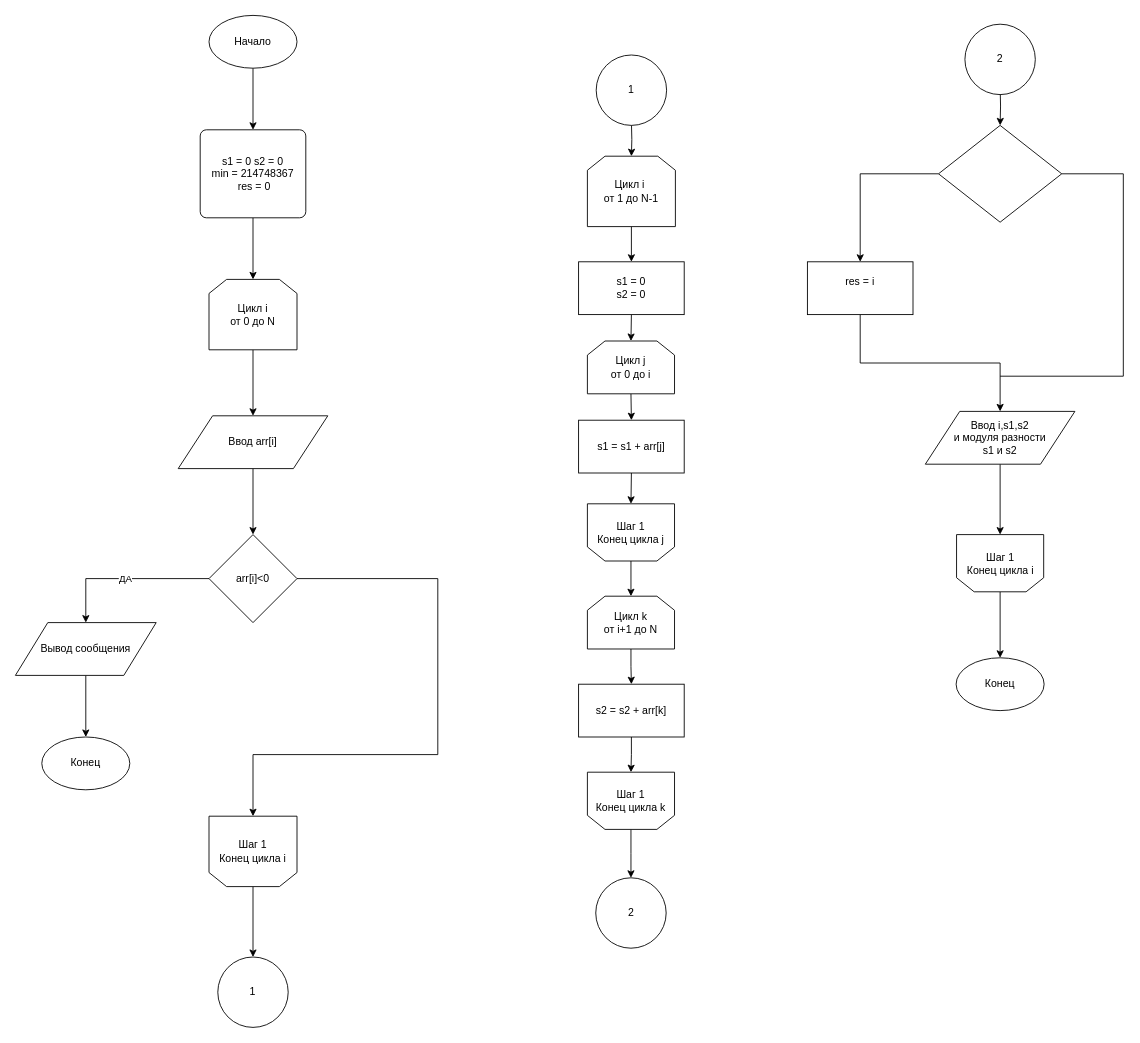
Before: page "Page-1" (1 of 6) of Диаграмма без названия.drawio in schlimmsten/PR_4-SCHEMES-, a draw.io diagram. Source tidied: cells renumbered, new cells numbered last; positions are measured from the earlier drawing's top-left corner, leaving out a move shared by most shapes. Both pictures are drawn from the tidied source at 88%, with x=0, y=0 at pixel (15, 15).
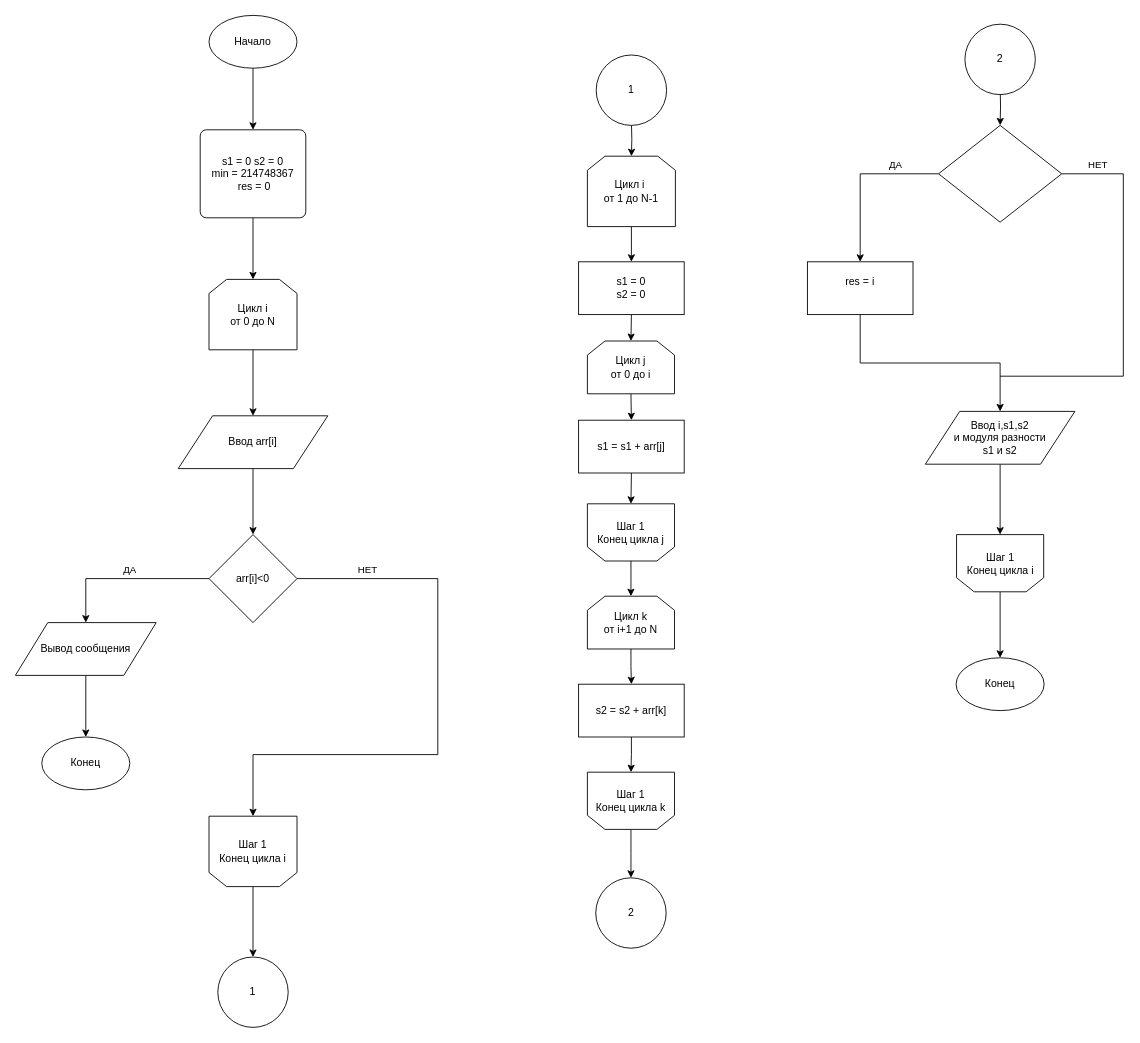
The same diagram, later.

Unchanged cells that the change refers to:
```xml
<mxCell id="11" value="arr[i]&amp;lt;0" style="strokeWidth=1;html=1;shape=mxgraph.flowchart.decision;whiteSpace=wrap;rounded=0;shadow=0;sketch=0;" parent="1" vertex="1">
  <mxGeometry x="220" y="590" width="100" height="100" as="geometry" />
</mxCell>
<mxCell id="13" value="Вывод сообщения" style="shape=parallelogram;html=1;strokeWidth=1;perimeter=parallelogramPerimeter;whiteSpace=wrap;rounded=0;arcSize=12;size=0.23;shadow=0;sketch=0;" parent="1" vertex="1">
  <mxGeometry y="690" width="160" height="60" as="geometry" />
</mxCell>
<mxCell id="45" style="rhombus;whiteSpace=wrap;html=1;rounded=0;shadow=0;sketch=0;strokeWidth=1;" parent="1" vertex="1">
  <mxGeometry x="1049" y="125" width="140" height="110" as="geometry" />
</mxCell>
<mxCell id="47" value="res = i&lt;br&gt;&lt;br&gt;" style="rounded=0;whiteSpace=wrap;html=1;shadow=0;sketch=0;strokeWidth=1;" parent="1" vertex="1">
  <mxGeometry x="900" y="280" width="120" height="60" as="geometry" />
</mxCell>
```

Change to the diagram source:
```diff
@@
     <mxCell id="10" value="ДА" style="edgeStyle=orthogonalEdgeStyle;rounded=0;jettySize=auto;html=1;exitX=0;exitY=0.5;exitDx=0;exitDy=0;exitPerimeter=0;entryX=0.5;entryY=0;entryDx=0;entryDy=0;" parent="1" edge="1" source="11" target="13">
-      <mxGeometry relative="1" as="geometry" />
+      <mxGeometry x="-0.05" y="-10" relative="1" as="geometry" />
     </mxCell>
@@
-    <mxCell id="31" style="endArrow=none;html=1;rounded=0;exitX=1;exitY=0.5;exitDx=0;exitDy=0;exitPerimeter=0;" parent="1" edge="1" source="11">
-      <mxGeometry relative="1" as="geometry">
+    <mxCell id="31" value="НЕТ" style="endArrow=none;html=1;rounded=0;exitX=1;exitY=0.5;exitDx=0;exitDy=0;exitPerimeter=0;" parent="1" edge="1" source="11">
+      <mxGeometry y="10" relative="1" as="geometry">
         <mxPoint x="480" y="640" as="targetPoint" />
       </mxGeometry>
     </mxCell>
@@
-    <mxCell id="44" style="edgeStyle=orthogonalEdgeStyle;rounded=0;jettySize=auto;html=1;exitX=0;exitY=0.5;exitDx=0;exitDy=0;entryX=0.5;entryY=0;entryDx=0;entryDy=0;" parent="1" edge="1" source="45" target="47">
-      <mxGeometry relative="1" as="geometry" />
+    <mxCell id="44" value="ДА" style="edgeStyle=orthogonalEdgeStyle;rounded=0;jettySize=auto;html=1;exitX=0;exitY=0.5;exitDx=0;exitDy=0;entryX=0.5;entryY=0;entryDx=0;entryDy=0;" parent="1" edge="1" source="45" target="47">
+      <mxGeometry x="-0.48" y="-10" relative="1" as="geometry" />
     </mxCell>
@@
-    <mxCell id="50" style="endArrow=none;html=1;rounded=0;entryX=1;entryY=0.5;entryDx=0;entryDy=0;" parent="1" edge="1" target="45">
-      <mxGeometry relative="1" as="geometry">
+    <mxCell id="50" value="НЕТ" style="endArrow=none;html=1;rounded=0;entryX=1;entryY=0.5;entryDx=0;entryDy=0;" parent="1" edge="1" target="45">
+      <mxGeometry x="-0.17" y="-10" relative="1" as="geometry">
         <mxPoint x="1259" y="180" as="sourcePoint" />
       </mxGeometry>
     </mxCell>
```
